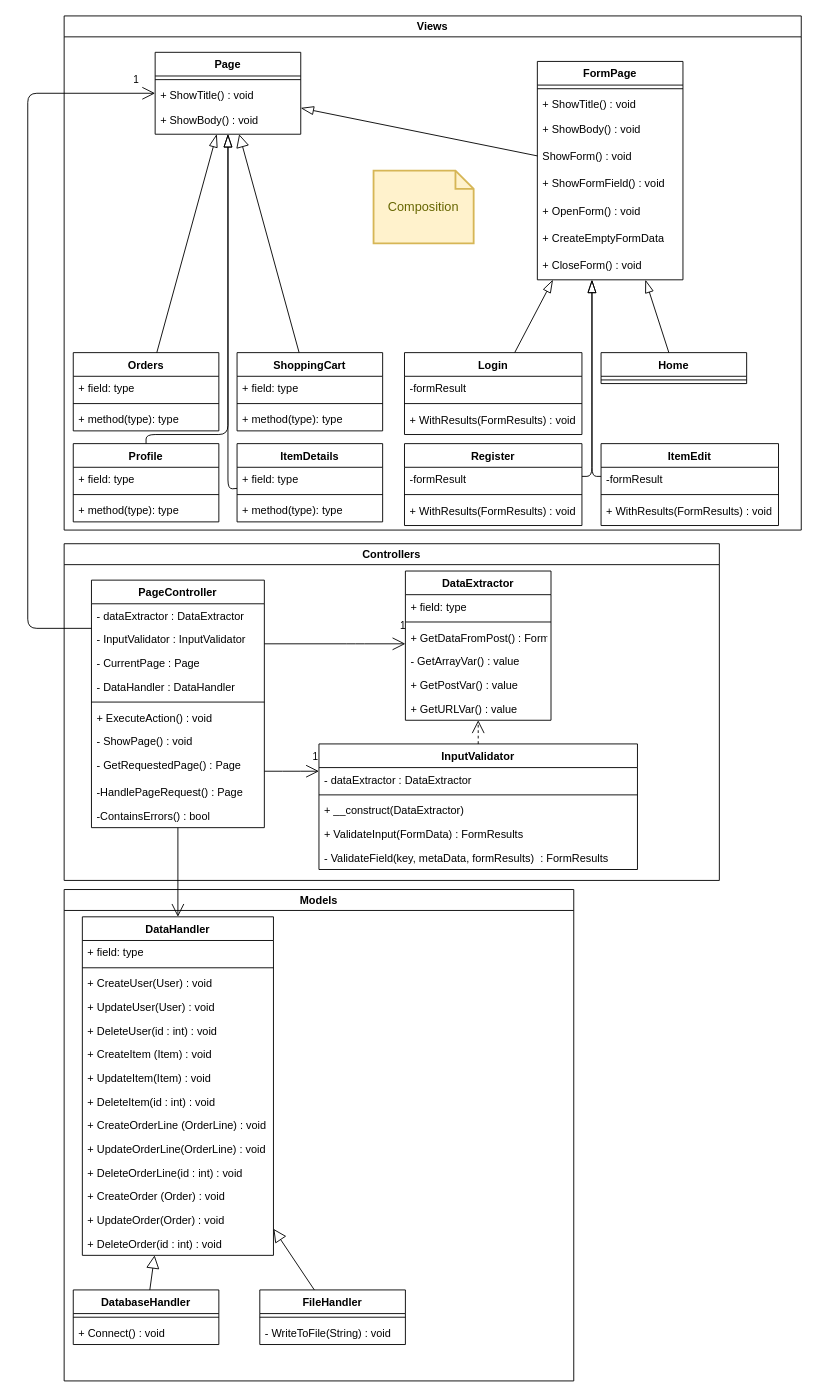
Above: diagrams/Class.drawio in JochemGrootherder/educom-webshop-runtime-records (draw.io), before the change. Source tidied: cells renumbered, new cells numbered last; positions are measured from the earlier drawing's top-left corner, leaving out a move shared by most shapes. Both pictures are drawn from the tidied source at 91%, with x=0, y=0 at pixel (27, 15).
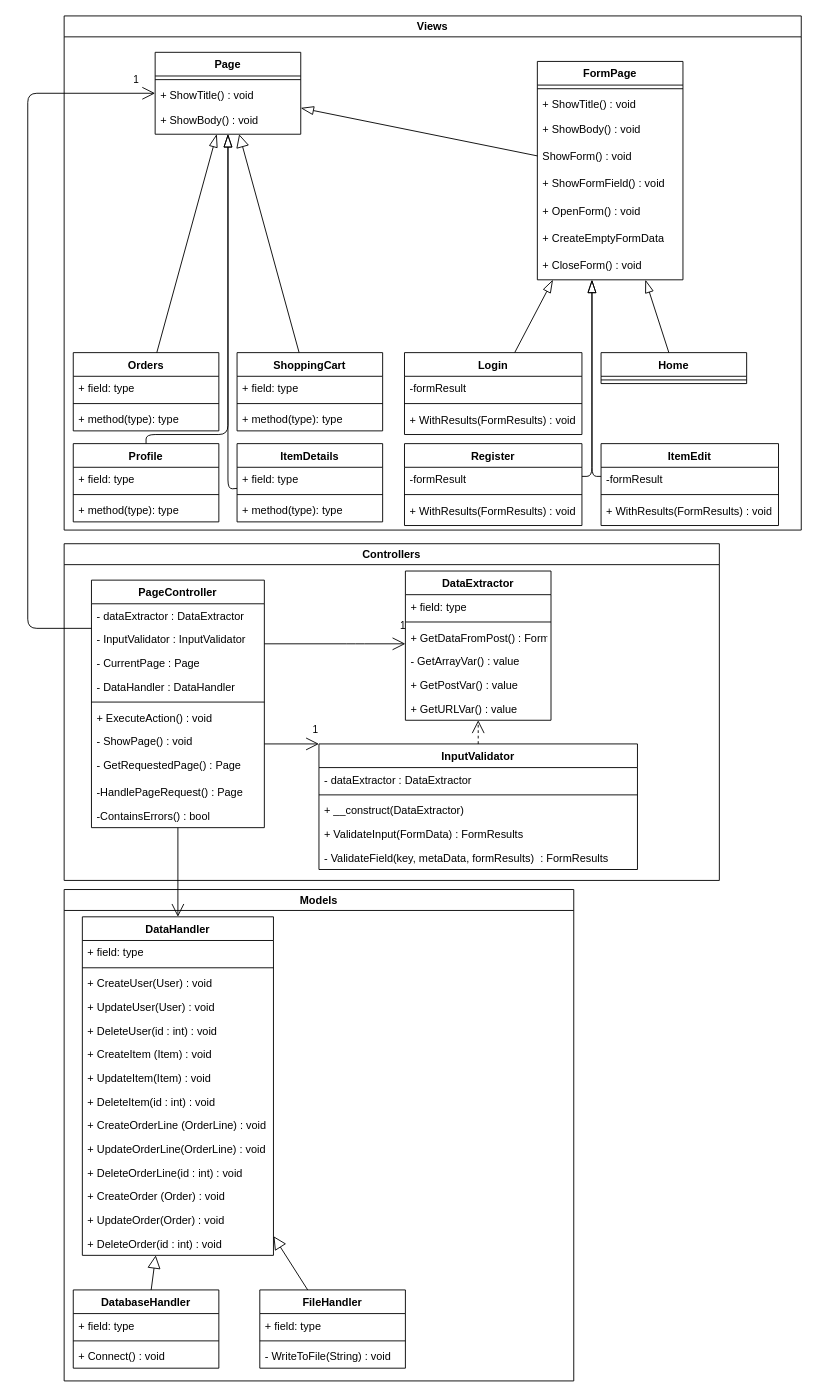
Above is the later version.

Unchanged cells that the change refers to:
```xml
<mxCell id="2" value="Views" style="swimlane;whiteSpace=wrap;html=1;" parent="1" vertex="1">
  <mxGeometry x="40" width="810" height="565" as="geometry" />
</mxCell>
<mxCell id="56" value="Models" style="swimlane;whiteSpace=wrap;html=1;" parent="1" vertex="1">
  <mxGeometry x="40" y="960" width="560" height="540" as="geometry" />
</mxCell>
<mxCell id="80" value="Controllers" style="swimlane;whiteSpace=wrap;html=1;" parent="1" vertex="1">
  <mxGeometry x="40" y="580" width="720" height="370" as="geometry" />
</mxCell>
<mxCell id="83" value="PageController" style="swimlane;fontStyle=1;align=center;verticalAlign=top;horizontal=1;startSize=26;" parent="80" vertex="1">
  <mxGeometry x="30" y="40" width="190" height="272" as="geometry" />
</mxCell>
<mxCell id="102" value="InputValidator" style="swimlane;fontStyle=1;align=center;verticalAlign=top;horizontal=1;startSize=26;" parent="80" vertex="1">
  <mxGeometry x="280" y="220" width="350" height="138" as="geometry" />
</mxCell>
```

The edit, as a diff of the source:
```diff
@@
-    <mxCell id="55" value="Composition" style="shape=note;strokeWidth=2;fontSize=14;size=20;whiteSpace=wrap;html=1;fillColor=#fff2cc;strokeColor=#d6b656;fontColor=#666600;" parent="2" vertex="1">
-      <mxGeometry x="340" y="170" width="110" height="80" as="geometry" />
-    </mxCell>
@@
     <mxCell id="58" value="DatabaseHandler" style="swimlane;fontStyle=1;align=center;verticalAlign=top;horizontal=1;startSize=26;" parent="56" vertex="1">
-      <mxGeometry x="10" y="440" width="160" height="60" as="geometry" />
+      <mxGeometry x="10" y="440" width="160" height="86" as="geometry" />
     </mxCell>
+    <mxCell id="110" value="+ field: type" style="text;strokeColor=none;fillColor=none;align=left;verticalAlign=top;spacingLeft=4;spacingRight=4;overflow=hidden;" parent="58" vertex="1">
+      <mxGeometry y="26" width="160" height="26" as="geometry" />
+    </mxCell>
     <mxCell id="59" style="line;strokeWidth=1;fillColor=none;align=left;verticalAlign=middle;spacingTop=-1;spacingLeft=3;spacingRight=3;labelPosition=right;strokeColor=inherit;" parent="58" vertex="1">
-      <mxGeometry y="26" width="160" height="8" as="geometry" />
+      <mxGeometry y="52" width="160" height="8" as="geometry" />
     </mxCell>
     <mxCell id="60" value="+ Connect() : void" style="text;strokeColor=none;fillColor=none;align=left;verticalAlign=top;spacingLeft=4;spacingRight=4;overflow=hidden;" parent="58" vertex="1">
-      <mxGeometry y="34" width="160" height="26" as="geometry" />
+      <mxGeometry y="60" width="160" height="26" as="geometry" />
     </mxCell>
@@
     <mxCell id="77" value="FileHandler" style="swimlane;fontStyle=1;align=center;verticalAlign=top;horizontal=1;startSize=26;" parent="56" vertex="1">
-      <mxGeometry x="215" y="440" width="160" height="60" as="geometry" />
+      <mxGeometry x="215" y="440" width="160" height="86" as="geometry" />
     </mxCell>
+    <mxCell id="111" value="+ field: type" style="text;strokeColor=none;fillColor=none;align=left;verticalAlign=top;spacingLeft=4;spacingRight=4;overflow=hidden;" parent="77" vertex="1">
+      <mxGeometry y="26" width="160" height="26" as="geometry" />
+    </mxCell>
     <mxCell id="78" style="line;strokeWidth=1;fillColor=none;align=left;verticalAlign=middle;spacingTop=-1;spacingLeft=3;spacingRight=3;labelPosition=right;strokeColor=inherit;" parent="77" vertex="1">
-      <mxGeometry y="26" width="160" height="8" as="geometry" />
+      <mxGeometry y="52" width="160" height="8" as="geometry" />
     </mxCell>
     <mxCell id="79" value="- WriteToFile(String) : void" style="text;strokeColor=none;fillColor=none;align=left;verticalAlign=top;spacingLeft=4;spacingRight=4;overflow=hidden;" parent="77" vertex="1">
-      <mxGeometry y="34" width="160" height="26" as="geometry" />
+      <mxGeometry y="60" width="160" height="26" as="geometry" />
     </mxCell>
@@
     <mxCell id="82" value="1" style="edgeStyle=orthogonalEdgeStyle;html=1;endArrow=open;endFill=0;endSize=12;" parent="80" edge="1" source="83" target="102">
       <mxGeometry x="0.85" y="16" relative="1" as="geometry">
         <Array as="points">
-          <mxPoint x="250" y="250" />
-          <mxPoint x="250" y="250" />
+          <mxPoint x="390" y="240" />
+          <mxPoint x="390" y="240" />
         </Array>
       </mxGeometry>
     </mxCell>
```
